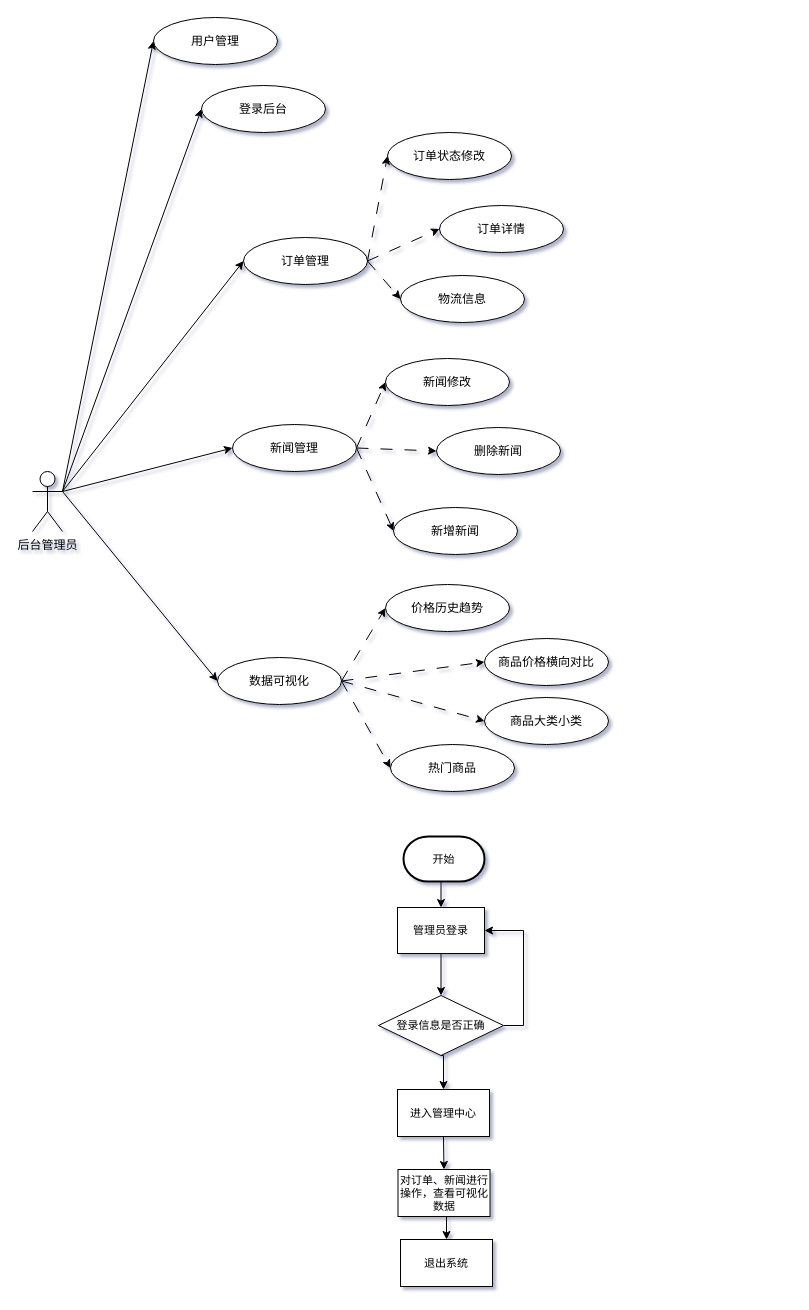
Before: 测试.drawio in SuperSparta117/drawio_liuchengtu, a draw.io diagram. Source tidied: cells renumbered, new cells numbered last; positions are measured from the earlier drawing's top-left corner, leaving out a move shared by most shapes. Both pictures are drawn from the tidied source at 100%, with x=0, y=0 at pixel (32, 17).
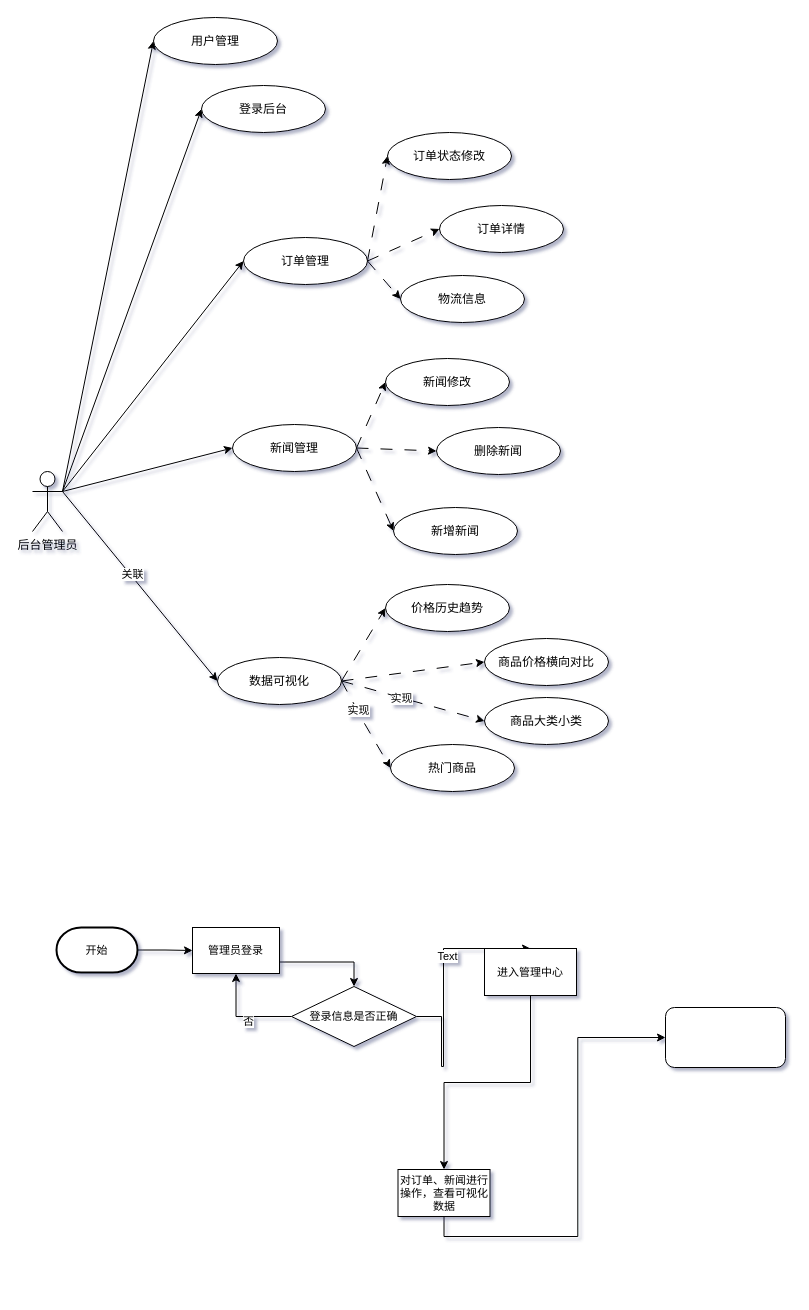
After the change.

Unchanged cells that the change refers to:
```xml
<mxCell id="4" style="rounded=0;jettySize=auto;html=1;exitX=1;exitY=0.3333333333333333;exitDx=0;exitDy=0;exitPerimeter=0;entryX=0;entryY=0.5;entryDx=0;entryDy=0;" parent="1" edge="1" source="7" target="28">
  <mxGeometry relative="1" as="geometry" />
</mxCell>
<mxCell id="26" style="edgeStyle=none;shape=connector;rounded=0;jettySize=auto;html=1;exitX=1;exitY=0.5;exitDx=0;exitDy=0;entryX=0;entryY=0.5;entryDx=0;entryDy=0;dashed=1;dashPattern=12 12;labelBackgroundColor=default;strokeColor=default;fontFamily=Helvetica;fontSize=11;fontColor=default;endArrow=classic;" parent="1" edge="1" source="28" target="31">
  <mxGeometry relative="1" as="geometry" />
</mxCell>
<mxCell id="28" value="数据可视化" style="ellipse;whiteSpace=wrap;html=1;" parent="1" vertex="1">
  <mxGeometry x="185" y="640" width="124" height="47" as="geometry" />
</mxCell>
<mxCell id="32" value="热门商品" style="ellipse;whiteSpace=wrap;html=1;" parent="1" vertex="1">
  <mxGeometry x="358" y="727" width="124" height="47" as="geometry" />
</mxCell>
<mxCell id="43" value="对订单、新闻进行操作，查看可视化数据" style="rounded=0;whiteSpace=wrap;html=1;fontFamily=Helvetica;fontSize=11;fontColor=default;" parent="1" vertex="1">
  <mxGeometry x="365.5" y="1152" width="92" height="47" as="geometry" />
</mxCell>
```

Change to the diagram source:
```diff
@@
+    <mxCell id="45" value="关联" style="edgeLabel;html=1;align=center;verticalAlign=middle;" parent="4" vertex="1">
+      <mxGeometry x="-0.12" y="1" relative="1" as="geometry" />
+    </mxCell>
@@
+    <mxCell id="46" value="实现" style="edgeLabel;html=1;align=center;verticalAlign=middle;" parent="26" vertex="1">
+      <mxGeometry x="-0.16" relative="1" as="geometry" />
+    </mxCell>
     <mxCell id="27" style="edgeStyle=none;shape=connector;rounded=0;jettySize=auto;html=1;exitX=1;exitY=0.5;exitDx=0;exitDy=0;entryX=0;entryY=0.5;entryDx=0;entryDy=0;dashed=1;dashPattern=12 12;labelBackgroundColor=default;strokeColor=default;fontFamily=Helvetica;fontSize=11;fontColor=default;endArrow=classic;" parent="1" edge="1" source="28" target="32">
-      <mxGeometry relative="1" as="geometry" />
+      <mxGeometry relative="1" as="geometry">
+        <Array as="points">
+          <mxPoint x="332" y="706" />
+        </Array>
+      </mxGeometry>
     </mxCell>
+    <mxCell id="47" value="实现" style="edgeLabel;html=1;align=center;verticalAlign=middle;" parent="27" vertex="1">
+      <mxGeometry x="-0.34" y="1" relative="1" as="geometry" />
+    </mxCell>
@@
-    <mxCell id="33" style="edgeStyle=orthogonalEdgeStyle;shape=connector;rounded=0;jettySize=auto;html=1;exitX=0.5;exitY=1;exitDx=0;exitDy=0;exitPerimeter=0;entryX=0.5;entryY=0;entryDx=0;entryDy=0;labelBackgroundColor=default;strokeColor=default;fontFamily=Helvetica;fontSize=11;fontColor=default;endArrow=classic;" parent="1" edge="1" source="34" target="36">
+    <mxCell id="33" style="edgeStyle=orthogonalEdgeStyle;shape=connector;rounded=0;jettySize=auto;html=1;exitX=1;exitY=0.5;exitDx=0;exitDy=0;exitPerimeter=0;entryX=0;entryY=0.5;entryDx=0;entryDy=0;labelBackgroundColor=default;strokeColor=default;fontFamily=Helvetica;fontSize=11;fontColor=default;endArrow=classic;" parent="1" edge="1" source="34" target="36">
       <mxGeometry relative="1" as="geometry" />
     </mxCell>
     <mxCell id="34" value="开始" style="strokeWidth=2;html=1;shape=mxgraph.flowchart.terminator;whiteSpace=wrap;fontFamily=Helvetica;fontSize=11;fontColor=default;" parent="1" vertex="1">
-      <mxGeometry x="371" y="819" width="81" height="45" as="geometry" />
+      <mxGeometry x="24" y="910" width="81" height="45" as="geometry" />
     </mxCell>
-    <mxCell id="35" style="edgeStyle=orthogonalEdgeStyle;shape=connector;rounded=0;jettySize=auto;html=1;exitX=0.5;exitY=1;exitDx=0;exitDy=0;entryX=0.5;entryY=0;entryDx=0;entryDy=0;labelBackgroundColor=default;strokeColor=default;fontFamily=Helvetica;fontSize=11;fontColor=default;endArrow=classic;" parent="1" edge="1" source="36" target="39">
+    <mxCell id="35" style="edgeStyle=orthogonalEdgeStyle;shape=connector;rounded=0;jettySize=auto;html=1;exitX=1;exitY=0.75;exitDx=0;exitDy=0;entryX=0.5;entryY=0;entryDx=0;entryDy=0;labelBackgroundColor=default;strokeColor=default;fontFamily=Helvetica;fontSize=11;fontColor=default;endArrow=classic;" parent="1" edge="1" source="36" target="39">
       <mxGeometry relative="1" as="geometry" />
     </mxCell>
     <mxCell id="36" value="管理员登录" style="rounded=0;whiteSpace=wrap;html=1;fontFamily=Helvetica;fontSize=11;fontColor=default;" parent="1" vertex="1">
-      <mxGeometry x="365" y="890" width="87" height="46" as="geometry" />
+      <mxGeometry x="160" y="910" width="87" height="46" as="geometry" />
     </mxCell>
-    <mxCell id="37" style="edgeStyle=orthogonalEdgeStyle;shape=connector;rounded=0;jettySize=auto;html=1;exitX=1;exitY=0.5;exitDx=0;exitDy=0;entryX=1;entryY=0.5;entryDx=0;entryDy=0;labelBackgroundColor=default;strokeColor=default;fontFamily=Helvetica;fontSize=11;fontColor=default;endArrow=classic;" parent="1" edge="1" source="39" target="36">
+    <mxCell id="37" style="edgeStyle=orthogonalEdgeStyle;shape=connector;rounded=0;jettySize=auto;html=1;entryX=0.5;entryY=1;entryDx=0;entryDy=0;labelBackgroundColor=default;strokeColor=default;fontFamily=Helvetica;fontSize=11;fontColor=default;endArrow=classic;" parent="1" edge="1" source="39" target="36">
       <mxGeometry relative="1" as="geometry" />
     </mxCell>
+    <mxCell id="48" value="否" style="edgeLabel;html=1;align=center;verticalAlign=middle;" parent="37" vertex="1">
+      <mxGeometry x="-0.11" y="4" relative="1" as="geometry" />
+    </mxCell>
-    <mxCell id="38" style="edgeStyle=orthogonalEdgeStyle;shape=connector;rounded=0;jettySize=auto;html=1;exitX=0.5;exitY=1;exitDx=0;exitDy=0;entryX=0.5;entryY=0;entryDx=0;entryDy=0;labelBackgroundColor=default;strokeColor=default;fontFamily=Helvetica;fontSize=11;fontColor=default;endArrow=classic;" parent="1" edge="1" source="39" target="41">
-      <mxGeometry relative="1" as="geometry" />
+    <mxCell id="38" style="edgeStyle=orthogonalEdgeStyle;shape=connector;rounded=0;jettySize=auto;html=1;exitX=1;exitY=0.5;exitDx=0;exitDy=0;entryX=0.5;entryY=0;entryDx=0;entryDy=0;labelBackgroundColor=default;strokeColor=default;fontFamily=Helvetica;fontSize=11;fontColor=default;endArrow=classic;" parent="1" edge="1" source="39" target="41">
+      <mxGeometry relative="1" as="geometry">
+        <Array as="points">
+          <mxPoint x="409" y="999" />
+          <mxPoint x="409" y="1049" />
+          <mxPoint x="411" y="1049" />
+        </Array>
+      </mxGeometry>
     </mxCell>
+    <mxCell id="49" value="Text" style="edgeLabel;html=1;align=center;verticalAlign=middle;" parent="38" vertex="1">
+      <mxGeometry x="0.33" y="-3" relative="1" as="geometry" />
+    </mxCell>
     <mxCell id="39" value="登录信息是否正确" style="rhombus;whiteSpace=wrap;html=1;fontFamily=Helvetica;fontSize=11;fontColor=default;" parent="1" vertex="1">
-      <mxGeometry x="346" y="978" width="125" height="60" as="geometry" />
+      <mxGeometry x="259" y="969" width="125" height="60" as="geometry" />
     </mxCell>
@@
     <mxCell id="41" value="进入管理中心" style="rounded=0;whiteSpace=wrap;html=1;fontFamily=Helvetica;fontSize=11;fontColor=default;" parent="1" vertex="1">
-      <mxGeometry x="365" y="1072" width="92" height="47" as="geometry" />
+      <mxGeometry x="452" y="931" width="92" height="47" as="geometry" />
     </mxCell>
-    <mxCell id="42" style="edgeStyle=orthogonalEdgeStyle;shape=connector;rounded=0;jettySize=auto;html=1;exitX=0.5;exitY=1;exitDx=0;exitDy=0;entryX=0.5;entryY=0;entryDx=0;entryDy=0;labelBackgroundColor=default;strokeColor=default;fontFamily=Helvetica;fontSize=11;fontColor=default;endArrow=classic;" parent="1" edge="1" source="43" target="44">
+    <mxCell id="42" style="edgeStyle=orthogonalEdgeStyle;shape=connector;rounded=0;jettySize=auto;html=1;exitX=0.5;exitY=1;exitDx=0;exitDy=0;entryX=0;entryY=0.5;entryDx=0;entryDy=0;labelBackgroundColor=default;strokeColor=default;fontFamily=Helvetica;fontSize=11;fontColor=default;endArrow=classic;" parent="1" edge="1" source="43" target="50">
       <mxGeometry relative="1" as="geometry" />
     </mxCell>
@@
-    <mxCell id="44" value="退出系统" style="rounded=0;whiteSpace=wrap;html=1;fontFamily=Helvetica;fontSize=11;fontColor=default;" parent="1" vertex="1">
-      <mxGeometry x="368" y="1222" width="92" height="47" as="geometry" />
-    </mxCell>
+    <mxCell id="50" style="rounded=1;whiteSpace=wrap;html=1;" parent="1" vertex="1">
+      <mxGeometry x="633" y="990" width="120" height="60" as="geometry" />
+    </mxCell>
```
